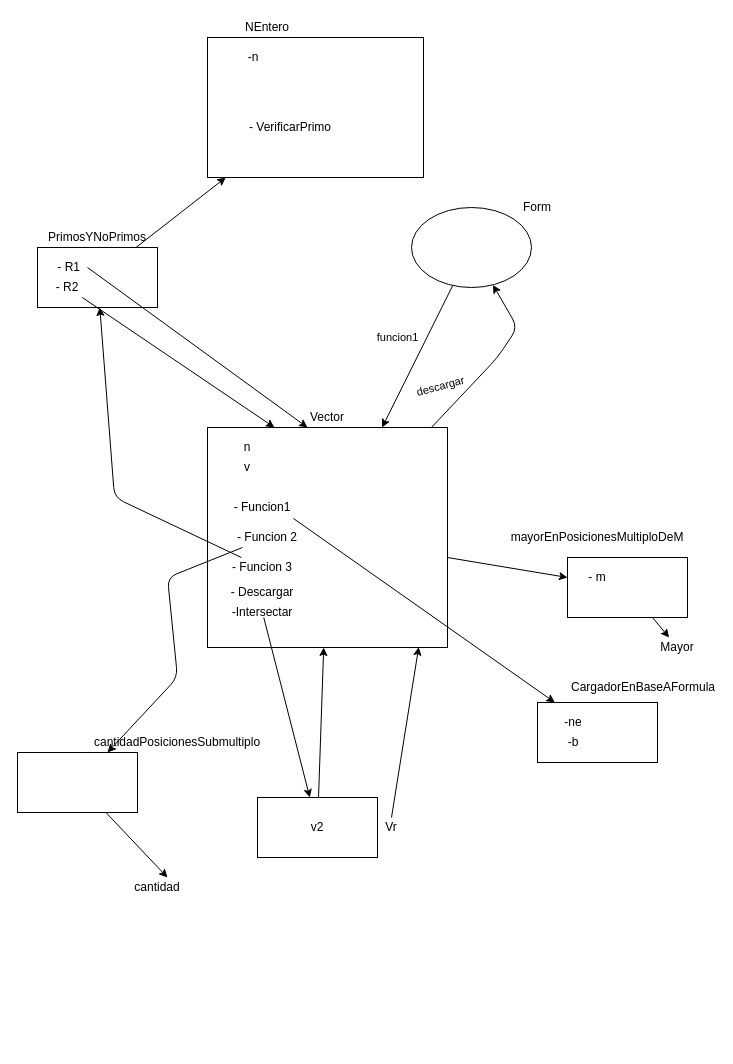
Above: page "Page-1" (1 of 2) of Program1/PracticoVectores/diagrama_vectores.drawio in paulgrimaldo/uagrmaux (draw.io), before the change. Source tidied: cells renumbered, new cells numbered last; positions are measured from the earlier drawing's top-left corner, leaving out a move shared by most shapes. Both pictures are drawn from the tidied source at 100%, with x=0, y=0 at pixel (17, 17).
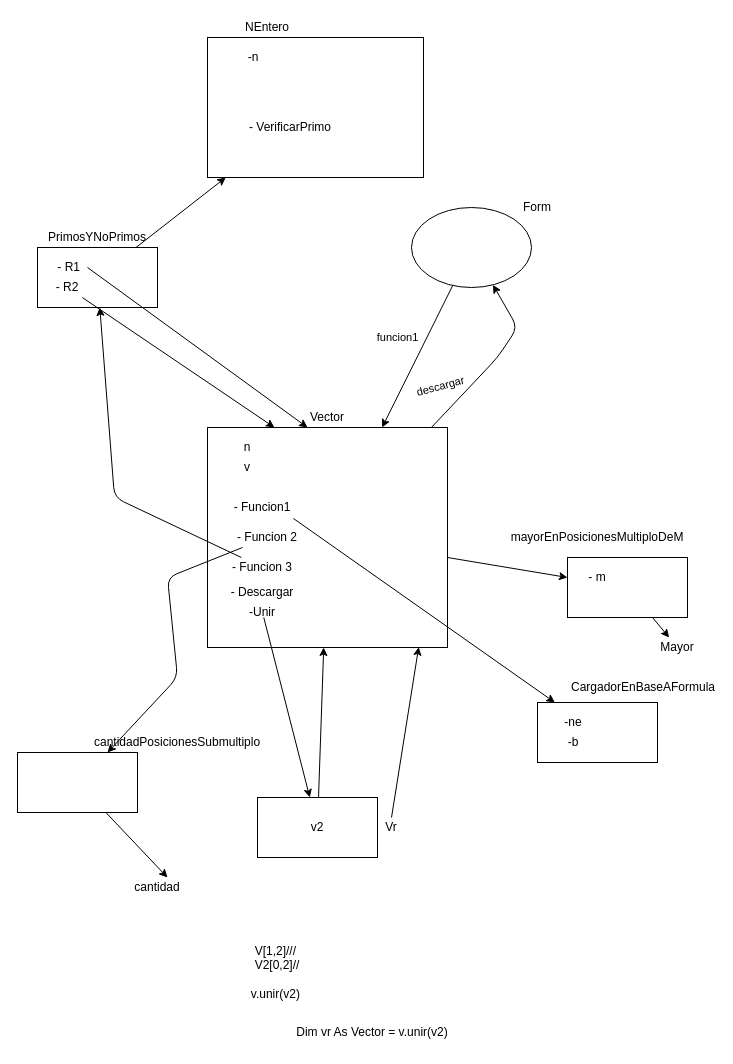
The same page after the edit.

What changed in the source:
```diff
@@
-    <mxCell id="43" value="-Intersectar" style="text;html=1;strokeColor=none;fillColor=none;align=center;verticalAlign=middle;whiteSpace=wrap;rounded=0;" parent="1" vertex="1">
+    <mxCell id="43" value="-Unir" style="text;html=1;strokeColor=none;fillColor=none;align=center;verticalAlign=middle;whiteSpace=wrap;rounded=0;" parent="1" vertex="1">
       <mxGeometry x="200" y="590" width="90" height="10" as="geometry" />
     </mxCell>
@@
+    <mxCell id="52" value="V[1,2]///&amp;nbsp;&lt;br&gt;V2[0,2]//&lt;br&gt;&lt;br&gt;v.unir(v2)&amp;nbsp;" style="text;html=1;strokeColor=none;fillColor=none;align=center;verticalAlign=middle;whiteSpace=wrap;rounded=0;" parent="1" vertex="1">
+      <mxGeometry x="230" y="940" width="60" height="30" as="geometry" />
+    </mxCell>
+    <mxCell id="53" value="Dim vr As Vector = v.unir(v2)" style="text;html=1;strokeColor=none;fillColor=none;align=center;verticalAlign=middle;whiteSpace=wrap;rounded=0;" parent="1" vertex="1">
+      <mxGeometry x="230" y="1000" width="250" height="30" as="geometry" />
+    </mxCell>
```
